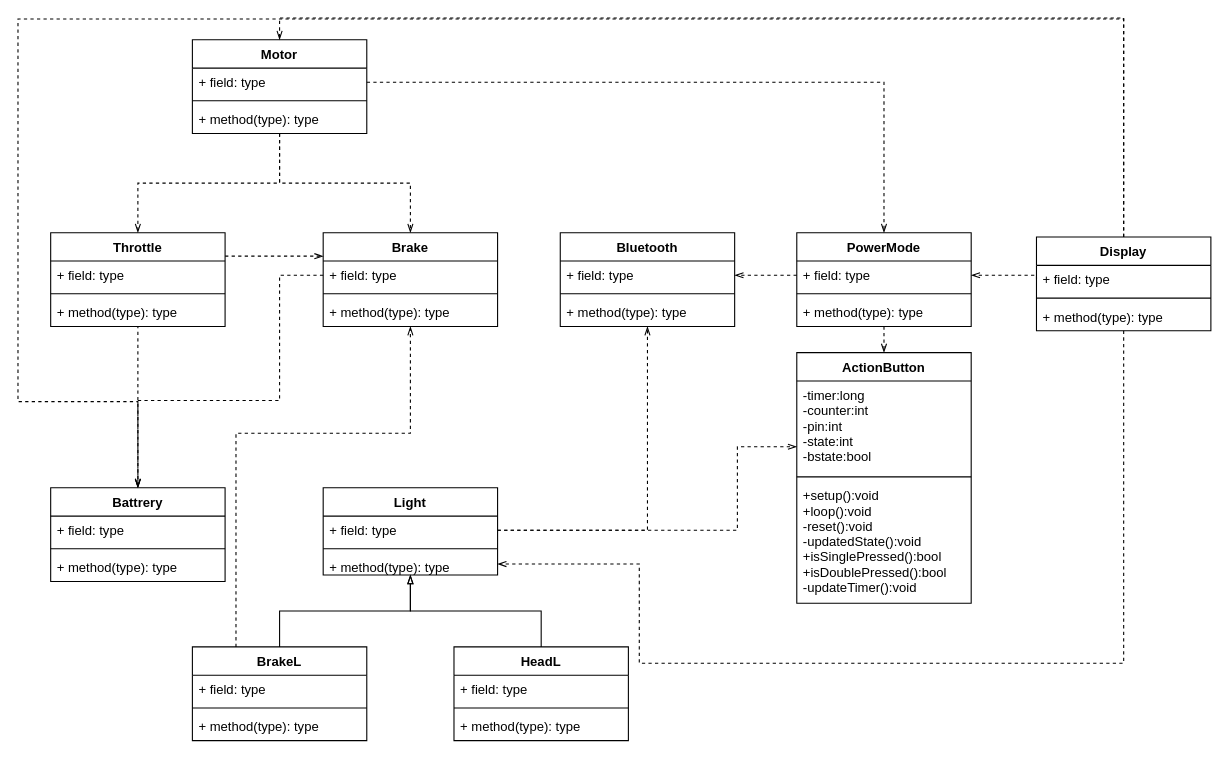
Earlier version of the draw.io diagram doc/class diagram.drawio (LucasCoraca/M365-Unlocked). Source tidied: cells renumbered, new cells numbered last; positions are measured from the earlier drawing's top-left corner, leaving out a move shared by most shapes. Both pictures are drawn from the tidied source at 109%, with x=0, y=0 at pixel (17, 19).
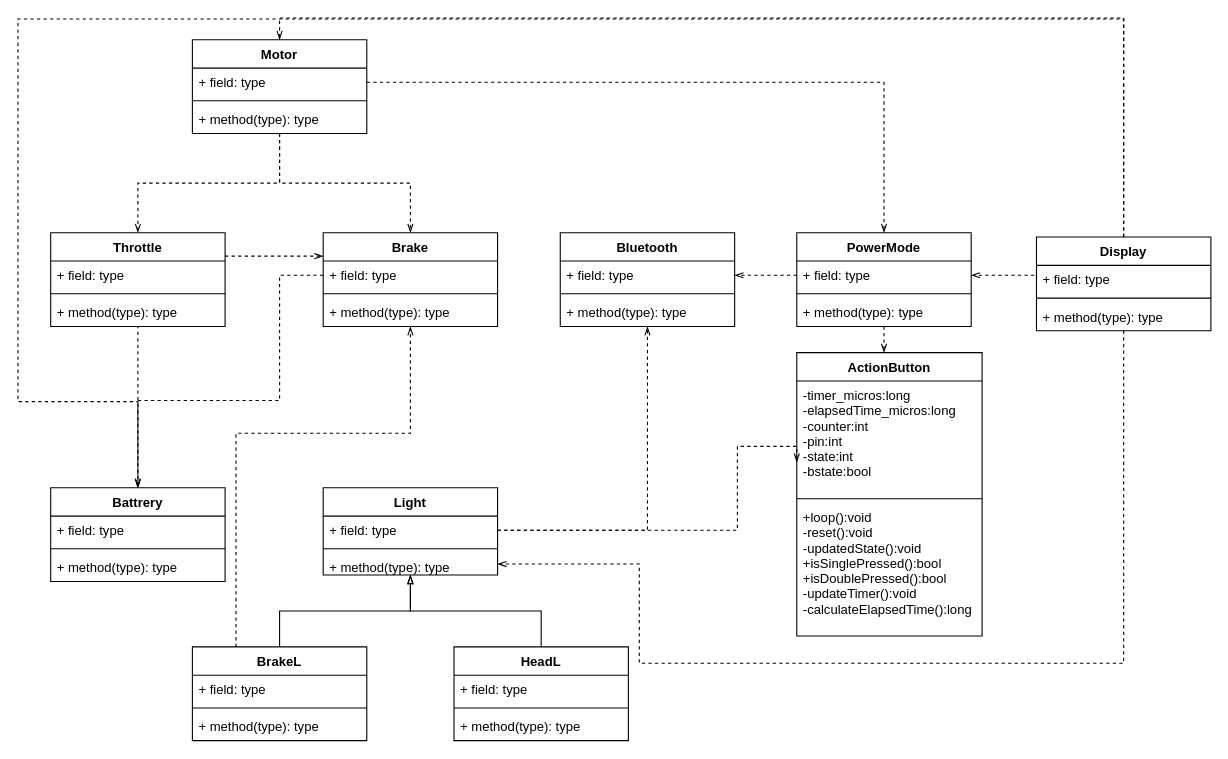
The same page after the edit.

The edit, as a diff of the source:
```diff
@@
     <mxCell id="49" value="ActionButton" style="swimlane;fontStyle=1;align=center;verticalAlign=top;horizontal=1;startSize=26;" parent="1" vertex="1">
-      <mxGeometry x="714.5" y="306" width="160" height="230" as="geometry" />
+      <mxGeometry x="714.5" y="306" width="170" height="260" as="geometry" />
     </mxCell>
-    <mxCell id="50" value="-timer:long&#10;-counter:int&#10;-pin:int&#10;-state:int&#10;-bstate:bool" style="text;strokeColor=none;fillColor=none;align=left;verticalAlign=top;spacingLeft=4;spacingRight=4;overflow=hidden;points=[[0,0.5],[1,0.5]];portConstraint=eastwest;" parent="49" vertex="1">
-      <mxGeometry y="26" width="160" height="84" as="geometry" />
+    <mxCell id="50" value="-timer_micros:long&#10;-elapsedTime_micros:long&#10;-counter:int&#10;-pin:int&#10;-state:int&#10;-bstate:bool" style="text;strokeColor=none;fillColor=none;align=left;verticalAlign=top;spacingLeft=4;spacingRight=4;overflow=hidden;points=[[0,0.5],[1,0.5]];portConstraint=eastwest;" parent="49" vertex="1">
+      <mxGeometry y="26" width="170" height="104" as="geometry" />
     </mxCell>
     <mxCell id="51" style="line;strokeWidth=1;fillColor=none;align=left;verticalAlign=middle;spacingTop=-1;spacingLeft=3;spacingRight=3;labelPosition=right;" parent="49" vertex="1">
-      <mxGeometry y="110" width="160" height="8" as="geometry" />
+      <mxGeometry y="130" width="170" height="8" as="geometry" />
     </mxCell>
-    <mxCell id="52" value="+setup():void&#10;+loop():void&#10;-reset():void&#10;-updatedState():void&#10;+isSinglePressed():bool&#10;+isDoublePressed():bool&#10;-updateTimer():void" style="text;strokeColor=none;fillColor=none;align=left;verticalAlign=top;spacingLeft=4;spacingRight=4;overflow=hidden;" parent="49" vertex="1">
-      <mxGeometry y="118" width="160" height="112" as="geometry" />
+    <mxCell id="52" value="+loop():void&#10;-reset():void&#10;-updatedState():void&#10;+isSinglePressed():bool&#10;+isDoublePressed():bool&#10;-updateTimer():void&#10;-calculateElapsedTime():long&#10;" style="text;strokeColor=none;fillColor=none;align=left;verticalAlign=top;spacingLeft=4;spacingRight=4;overflow=hidden;" parent="49" vertex="1">
+      <mxGeometry y="138" width="170" height="122" as="geometry" />
     </mxCell>
```
